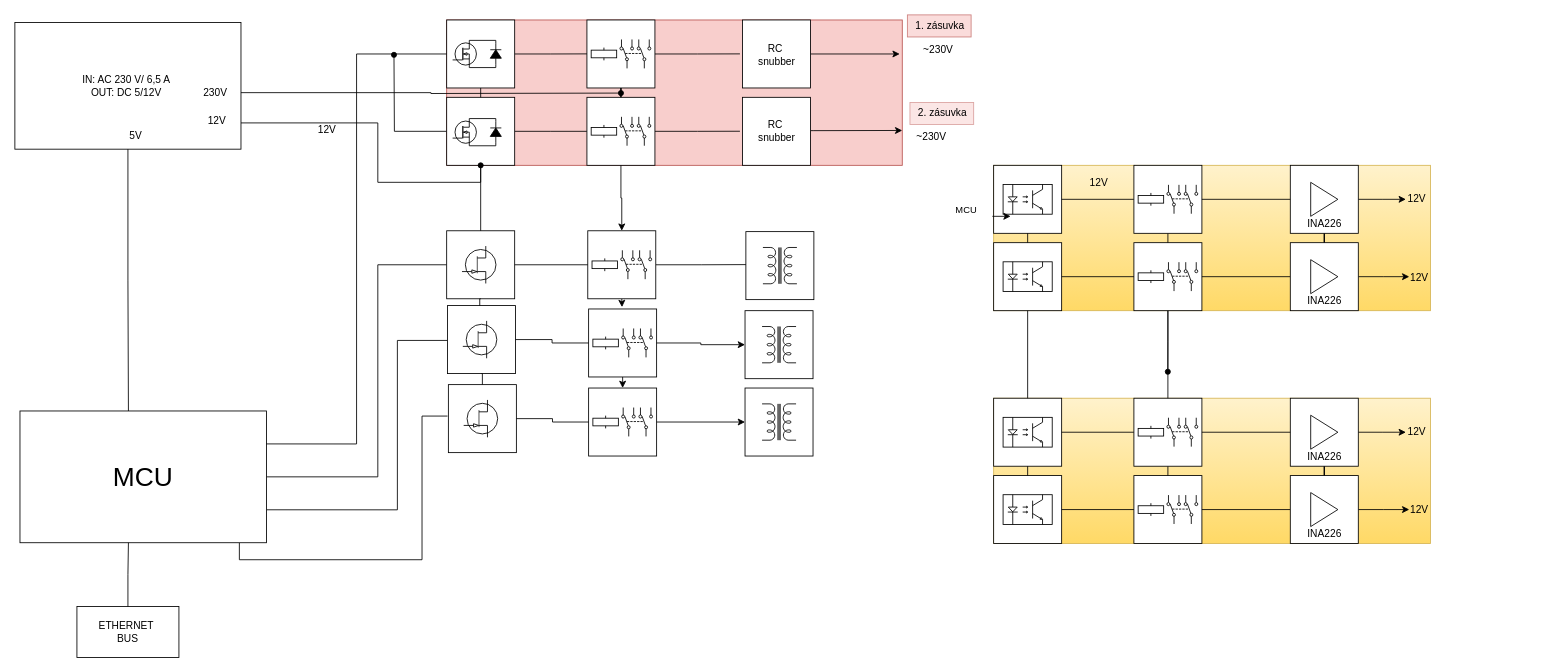
Above: blokove_schema.drawio in AdminTextilka/Bakalarka (draw.io), before the change. Source tidied: cells renumbered, new cells numbered last; positions are measured from the earlier drawing's top-left corner, leaving out a move shared by most shapes. Both pictures are drawn from the tidied source at 85%, with x=0, y=0 at pixel (14, 14).
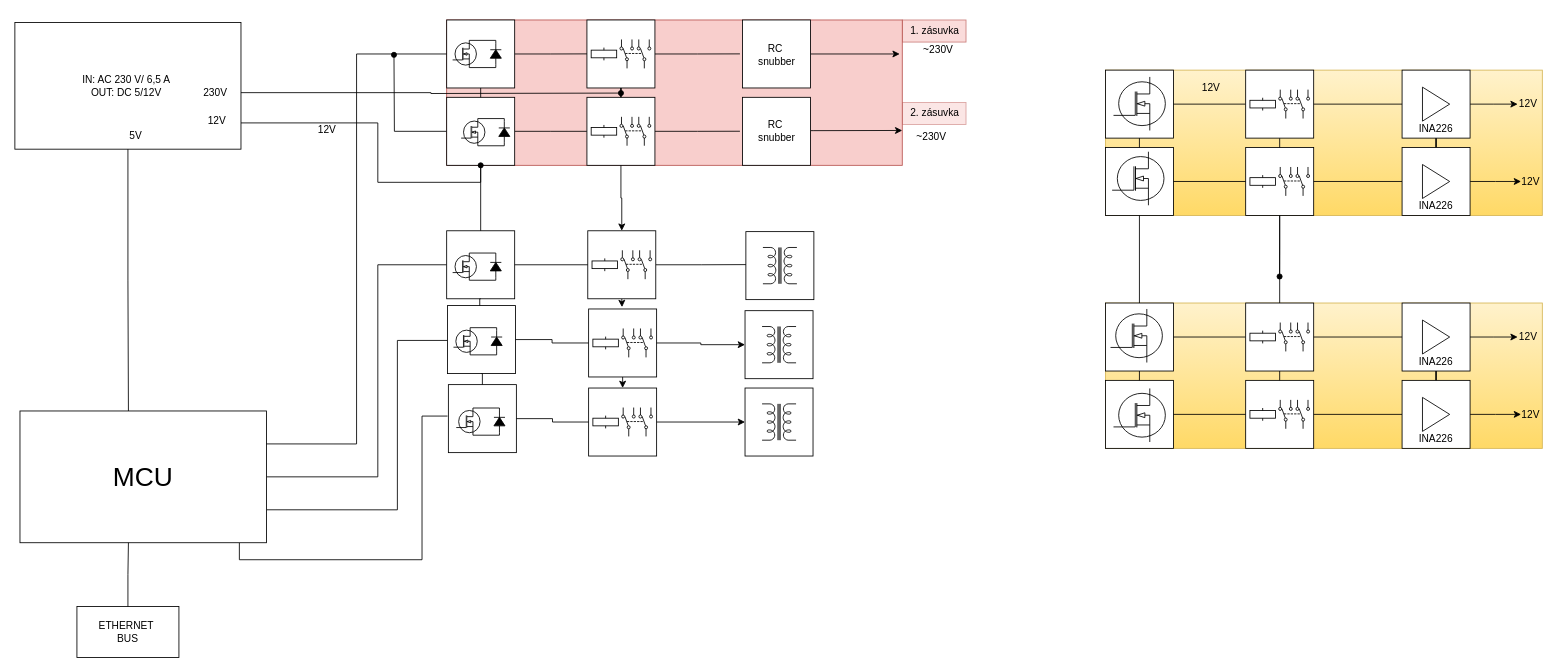
Above is the later version.

The change refers to these unchanged cells:
```xml
<mxCell id="56" style="group;" parent="54" vertex="1">
  <mxGeometry width="100" height="80" as="geometry" />
</mxCell>
<mxCell id="64" style="group;" parent="54" vertex="1">
  <mxGeometry y="91" width="100" height="80" as="geometry" />
</mxCell>
<mxCell id="89" style="group;" parent="87" vertex="1">
  <mxGeometry width="100" height="80" as="geometry" />
</mxCell>
<mxCell id="96" style="group;" parent="87" vertex="1">
  <mxGeometry y="91" width="100" height="80" as="geometry" />
</mxCell>
<mxCell id="130" style="group;" parent="1" vertex="1">
  <mxGeometry x="509" y="342" width="81" height="80" as="geometry" />
</mxCell>
<mxCell id="133" style="group;" parent="1" vertex="1">
  <mxGeometry x="510" y="435" width="81" height="80" as="geometry" />
</mxCell>
```

What changed in the source:
```diff
@@
     <mxCell id="6" value="1. zásuvka" style="text;html=1;align=center;verticalAlign=middle;strokeColor=#b85450;fillColor=#f8cecc;opacity=70;" parent="1" vertex="1">
-      <mxGeometry x="1050" width="75" height="26" as="geometry" />
+      <mxGeometry x="1044" y="6" width="75" height="26" as="geometry" />
     </mxCell>
     <mxCell id="7" value="2. zásuvka" style="text;html=1;align=center;verticalAlign=middle;strokeColor=#b85450;fillColor=#f8cecc;opacity=50;" parent="1" vertex="1">
-      <mxGeometry x="1053" y="103" width="75" height="26" as="geometry" />
+      <mxGeometry x="1044" y="103" width="75" height="26" as="geometry" />
     </mxCell>
@@
     <mxCell id="54" style="group;" parent="1" vertex="1">
-      <mxGeometry x="1151.5" y="177" width="520" height="171" as="geometry" />
+      <mxGeometry x="1283" y="65" width="520" height="171" as="geometry" />
     </mxCell>
@@
-    <mxCell id="58" style="verticalLabelPosition=bottom;shadow=0;dashed=0;align=center;html=1;verticalAlign=top;shape=mxgraph.electrical.opto_electronics.opto-coupler;" parent="56" vertex="1">
-      <mxGeometry x="11.1" y="22.5" width="57.8" height="35" as="geometry" />
-    </mxCell>
+    <mxCell id="169" style="verticalLabelPosition=bottom;shadow=0;dashed=0;align=center;html=1;verticalAlign=top;shape=mxgraph.electrical.mosfets1.n-channel_mosfet_1;" parent="56" vertex="1">
+      <mxGeometry x="9.5" y="8" width="61" height="63" as="geometry" />
+    </mxCell>
@@
-    <mxCell id="66" style="verticalLabelPosition=bottom;shadow=0;dashed=0;align=center;html=1;verticalAlign=top;shape=mxgraph.electrical.opto_electronics.opto-coupler;" parent="64" vertex="1">
-      <mxGeometry x="11.1" y="22.5" width="57.8" height="35" as="geometry" />
-    </mxCell>
+    <mxCell id="170" style="verticalLabelPosition=bottom;shadow=0;dashed=0;align=center;html=1;verticalAlign=top;shape=mxgraph.electrical.mosfets1.n-channel_mosfet_1;" parent="64" vertex="1">
+      <mxGeometry x="7.9" y="5" width="61" height="63" as="geometry" />
+    </mxCell>
@@
     <mxCell id="87" style="group;" parent="1" vertex="1">
-      <mxGeometry x="1151.5" y="451" width="520" height="171" as="geometry" />
+      <mxGeometry x="1283" y="339" width="520" height="171" as="geometry" />
     </mxCell>
@@
-    <mxCell id="91" style="verticalLabelPosition=bottom;shadow=0;dashed=0;align=center;html=1;verticalAlign=top;shape=mxgraph.electrical.opto_electronics.opto-coupler;" parent="89" vertex="1">
-      <mxGeometry x="11.1" y="22.5" width="57.8" height="35" as="geometry" />
-    </mxCell>
+    <mxCell id="171" style="verticalLabelPosition=bottom;shadow=0;dashed=0;align=center;html=1;verticalAlign=top;shape=mxgraph.electrical.mosfets1.n-channel_mosfet_1;" parent="89" vertex="1">
+      <mxGeometry x="6" y="7" width="61" height="63" as="geometry" />
+    </mxCell>
@@
-    <mxCell id="98" style="verticalLabelPosition=bottom;shadow=0;dashed=0;align=center;html=1;verticalAlign=top;shape=mxgraph.electrical.opto_electronics.opto-coupler;" parent="96" vertex="1">
-      <mxGeometry x="11.1" y="22.5" width="57.8" height="35" as="geometry" />
-    </mxCell>
+    <mxCell id="172" style="verticalLabelPosition=bottom;shadow=0;dashed=0;align=center;html=1;verticalAlign=top;shape=mxgraph.electrical.mosfets1.n-channel_mosfet_1;" parent="96" vertex="1">
+      <mxGeometry x="9.5" y="9.5" width="61" height="63" as="geometry" />
+    </mxCell>
@@
-    <mxCell id="120" style="edgeStyle=orthogonalEdgeStyle;rounded=0;orthogonalLoop=1;jettySize=auto;html=1;exitX=0;exitY=0.5;exitDx=0;exitDy=0;endArrow=none;endFill=0;startArrow=classic;startFill=1;" parent="1" edge="1">
-      <mxGeometry relative="1" as="geometry">
-        <mxPoint x="1171.5" y="237" as="sourcePoint" />
-        <mxPoint x="1150" y="237.3" as="targetPoint" />
-      </mxGeometry>
-    </mxCell>
-    <mxCell id="121" value="MCU" style="edgeLabel;html=1;align=center;verticalAlign=middle;" parent="120" vertex="1">
-      <mxGeometry x="0.92" y="1" relative="1" as="geometry">
-        <mxPoint x="-32" y="-9" as="offset" />
-      </mxGeometry>
-    </mxCell>
+    <mxCell id="127" style="group;" parent="1" vertex="1">
+      <mxGeometry x="508" y="254" width="81" height="80" as="geometry" />
+    </mxCell>
+    <mxCell id="128" style="whiteSpace=wrap;html=1;" parent="127" vertex="1">
+      <mxGeometry width="80" height="80" as="geometry" />
+    </mxCell>
-    <mxCell id="122" style="group;" parent="1" vertex="1">
-      <mxGeometry x="515" y="122" width="57.3" height="32" as="geometry" />
+    <mxCell id="122" style="group;" parent="127" vertex="1">
+      <mxGeometry x="7" y="26.2" width="57.3" height="32" as="geometry" />
     </mxCell>
@@
-    <mxCell id="127" style="group;" parent="1" vertex="1">
-      <mxGeometry x="508" y="254" width="81" height="80" as="geometry" />
-    </mxCell>
-    <mxCell id="128" style="whiteSpace=wrap;html=1;" parent="127" vertex="1">
-      <mxGeometry width="80" height="80" as="geometry" />
-    </mxCell>
-    <mxCell id="129" style="verticalLabelPosition=bottom;shadow=0;dashed=0;align=center;html=1;verticalAlign=top;shape=mxgraph.electrical.transistors.n-channel_jfet_1;" parent="127" vertex="1">
-      <mxGeometry x="-5" y="18" width="86" height="44" as="geometry" />
-    </mxCell>
@@
-    <mxCell id="132" style="verticalLabelPosition=bottom;shadow=0;dashed=0;align=center;html=1;verticalAlign=top;shape=mxgraph.electrical.transistors.n-channel_jfet_1;" parent="130" vertex="1">
-      <mxGeometry x="-5" y="18" width="86" height="44" as="geometry" />
-    </mxCell>
@@
-    <mxCell id="135" style="verticalLabelPosition=bottom;shadow=0;dashed=0;align=center;html=1;verticalAlign=top;shape=mxgraph.electrical.transistors.n-channel_jfet_1;" parent="133" vertex="1">
-      <mxGeometry x="-5" y="18" width="86" height="44" as="geometry" />
-    </mxCell>
+    <mxCell id="173" style="group;" parent="133" vertex="1">
+      <mxGeometry x="9.3" y="27.5" width="57.3" height="32" as="geometry" />
+    </mxCell>
+    <mxCell id="174" style="verticalLabelPosition=bottom;shadow=0;dashed=0;align=center;html=1;verticalAlign=top;shape=mxgraph.electrical.mosfets1.n-channel_mosfet_1;" parent="173" vertex="1">
+      <mxGeometry width="28" height="32" as="geometry" />
+    </mxCell>
+    <mxCell id="175" style="fillColor=strokeColor;verticalLabelPosition=bottom;shadow=0;dashed=0;align=center;html=1;verticalAlign=top;shape=mxgraph.electrical.diodes.diode;rotation=-90;" parent="173" vertex="1">
+      <mxGeometry x="38.3" y="9.5" width="25" height="13" as="geometry" />
+    </mxCell>
+    <mxCell id="176" style="edgeStyle=orthogonalEdgeStyle;rounded=0;jettySize=auto;html=1;exitX=0.7;exitY=0;exitDx=0;exitDy=0;exitPerimeter=0;entryX=1;entryY=0.5;entryDx=0;entryDy=0;entryPerimeter=0;endArrow=none;endFill=0;" parent="173" edge="1" source="174" target="175">
+      <mxGeometry relative="1" as="geometry" />
+    </mxCell>
+    <mxCell id="177" style="edgeStyle=orthogonalEdgeStyle;rounded=0;jettySize=auto;html=1;exitX=0.7;exitY=1;exitDx=0;exitDy=0;exitPerimeter=0;entryX=0;entryY=0.5;entryDx=0;entryDy=0;entryPerimeter=0;endArrow=none;endFill=0;" parent="173" edge="1" source="174" target="175">
+      <mxGeometry relative="1" as="geometry" />
+    </mxCell>
@@
+    <mxCell id="178" style="group;" parent="1" vertex="1">
+      <mxGeometry x="516" y="368" width="57.3" height="32" as="geometry" />
+    </mxCell>
+    <mxCell id="179" style="verticalLabelPosition=bottom;shadow=0;dashed=0;align=center;html=1;verticalAlign=top;shape=mxgraph.electrical.mosfets1.n-channel_mosfet_1;" parent="178" vertex="1">
+      <mxGeometry width="28" height="32" as="geometry" />
+    </mxCell>
+    <mxCell id="180" style="fillColor=strokeColor;verticalLabelPosition=bottom;shadow=0;dashed=0;align=center;html=1;verticalAlign=top;shape=mxgraph.electrical.diodes.diode;rotation=-90;" parent="178" vertex="1">
+      <mxGeometry x="38.3" y="9.5" width="25" height="13" as="geometry" />
+    </mxCell>
+    <mxCell id="181" style="edgeStyle=orthogonalEdgeStyle;rounded=0;jettySize=auto;html=1;exitX=0.7;exitY=0;exitDx=0;exitDy=0;exitPerimeter=0;entryX=1;entryY=0.5;entryDx=0;entryDy=0;entryPerimeter=0;endArrow=none;endFill=0;" parent="178" edge="1" source="179" target="180">
+      <mxGeometry relative="1" as="geometry" />
+    </mxCell>
+    <mxCell id="182" style="edgeStyle=orthogonalEdgeStyle;rounded=0;jettySize=auto;html=1;exitX=0.7;exitY=1;exitDx=0;exitDy=0;exitPerimeter=0;entryX=0;entryY=0.5;entryDx=0;entryDy=0;entryPerimeter=0;endArrow=none;endFill=0;" parent="178" edge="1" source="179" target="180">
+      <mxGeometry relative="1" as="geometry" />
+    </mxCell>
+    <mxCell id="183" style="group;" parent="1" vertex="1">
+      <mxGeometry x="525" y="122" width="57.3" height="32" as="geometry" />
+    </mxCell>
+    <mxCell id="184" style="verticalLabelPosition=bottom;shadow=0;dashed=0;align=center;html=1;verticalAlign=top;shape=mxgraph.electrical.mosfets1.n-channel_mosfet_1;" parent="183" vertex="1">
+      <mxGeometry width="28" height="32" as="geometry" />
+    </mxCell>
+    <mxCell id="185" style="fillColor=strokeColor;verticalLabelPosition=bottom;shadow=0;dashed=0;align=center;html=1;verticalAlign=top;shape=mxgraph.electrical.diodes.diode;rotation=-90;" parent="183" vertex="1">
+      <mxGeometry x="38.3" y="9.5" width="25" height="13" as="geometry" />
+    </mxCell>
+    <mxCell id="186" style="edgeStyle=orthogonalEdgeStyle;rounded=0;jettySize=auto;html=1;exitX=0.7;exitY=0;exitDx=0;exitDy=0;exitPerimeter=0;entryX=1;entryY=0.5;entryDx=0;entryDy=0;entryPerimeter=0;endArrow=none;endFill=0;" parent="183" edge="1" source="184" target="185">
+      <mxGeometry relative="1" as="geometry" />
+    </mxCell>
+    <mxCell id="187" style="edgeStyle=orthogonalEdgeStyle;rounded=0;jettySize=auto;html=1;exitX=0.7;exitY=1;exitDx=0;exitDy=0;exitPerimeter=0;entryX=0;entryY=0.5;entryDx=0;entryDy=0;entryPerimeter=0;endArrow=none;endFill=0;" parent="183" edge="1" source="184" target="185">
+      <mxGeometry relative="1" as="geometry" />
+    </mxCell>
```
